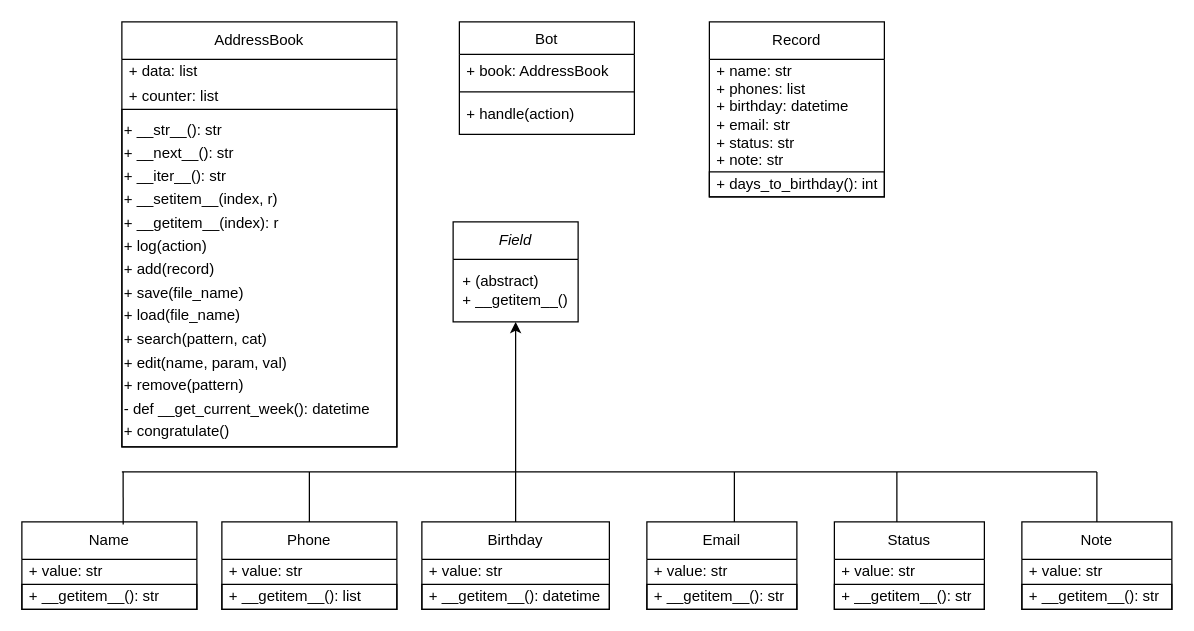
Before: DZ/DZ_1.drawio in TarasSabat/Modul_1_Python-WEB, a draw.io diagram. Source tidied: cells renumbered, new cells numbered last; positions are measured from the earlier drawing's top-left corner, leaving out a move shared by most shapes. Both pictures are drawn from the tidied source at 125%, with x=0, y=0 at pixel (21, 21).
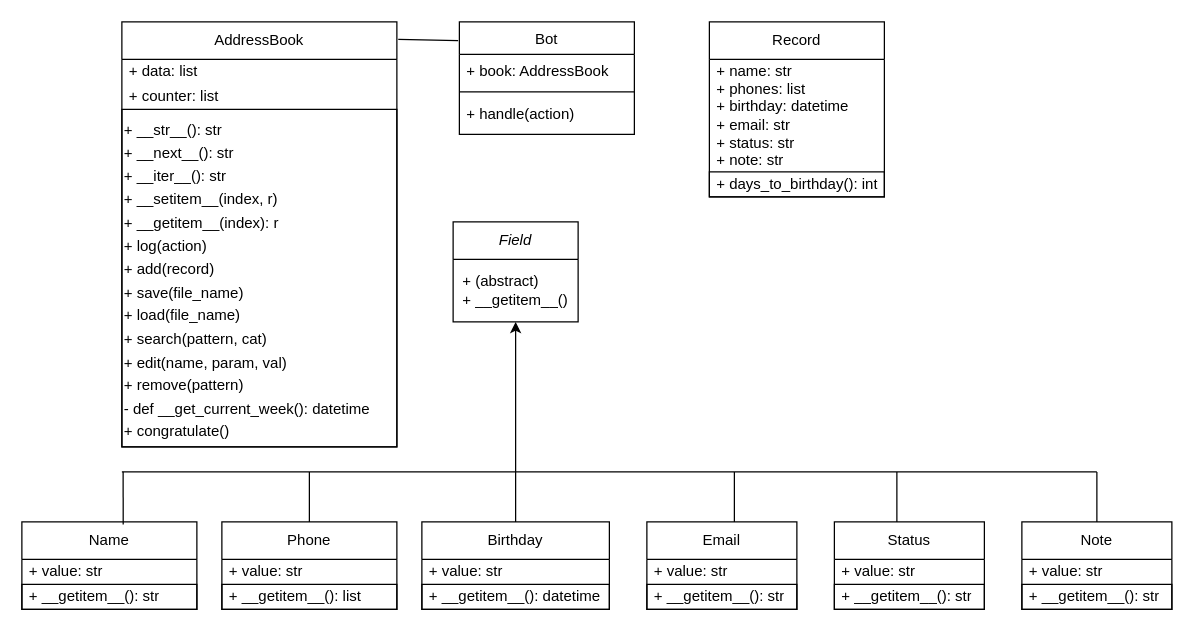
The same page after the edit.

Unchanged cells that the change refers to:
```xml
<mxCell id="2" value="Bot" style="swimlane;fontStyle=0;align=center;verticalAlign=top;horizontal=1;startSize=26;rounded=0;shadow=0;strokeWidth=1;" parent="1" vertex="1">
  <mxGeometry x="350" width="140" height="90" as="geometry" />
</mxCell>
<mxCell id="6" value="AddressBook" style="swimlane;fontStyle=0;horizontal=1;startSize=30;whiteSpace=wrap;html=1;strokeColor=default;align=center;" parent="1" vertex="1">
  <mxGeometry x="80" width="220" height="340" as="geometry" />
</mxCell>
```

Change to the diagram source:
```diff
@@
+    <mxCell id="40" style="endArrow=none;html=1;rounded=0;entryX=1.005;entryY=0.041;entryDx=0;entryDy=0;entryPerimeter=0;exitX=-0.007;exitY=0.167;exitDx=0;exitDy=0;exitPerimeter=0;" parent="1" edge="1" source="2" target="6">
+      <mxGeometry relative="1" as="geometry" />
+    </mxCell>
```
